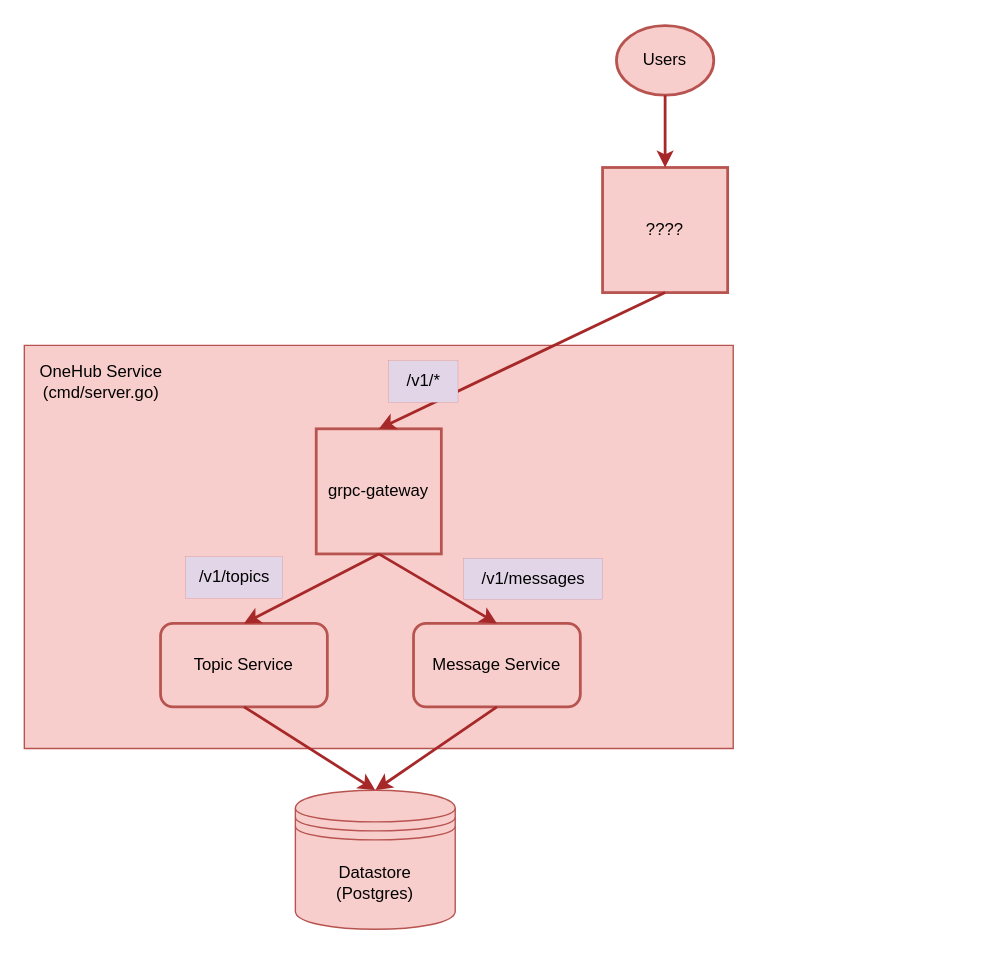
The draw.io diagram page "New Architecture" (2 of 2) of public/static/images/Untitled Diagram.drawio in panyam/blog, before the edit. Source tidied: cells renumbered, new cells numbered last; positions are measured from the earlier drawing's top-left corner, leaving out a move shared by most shapes. Both pictures are drawn from the tidied source at 139%, with x=0, y=0 at pixel (24, 25).
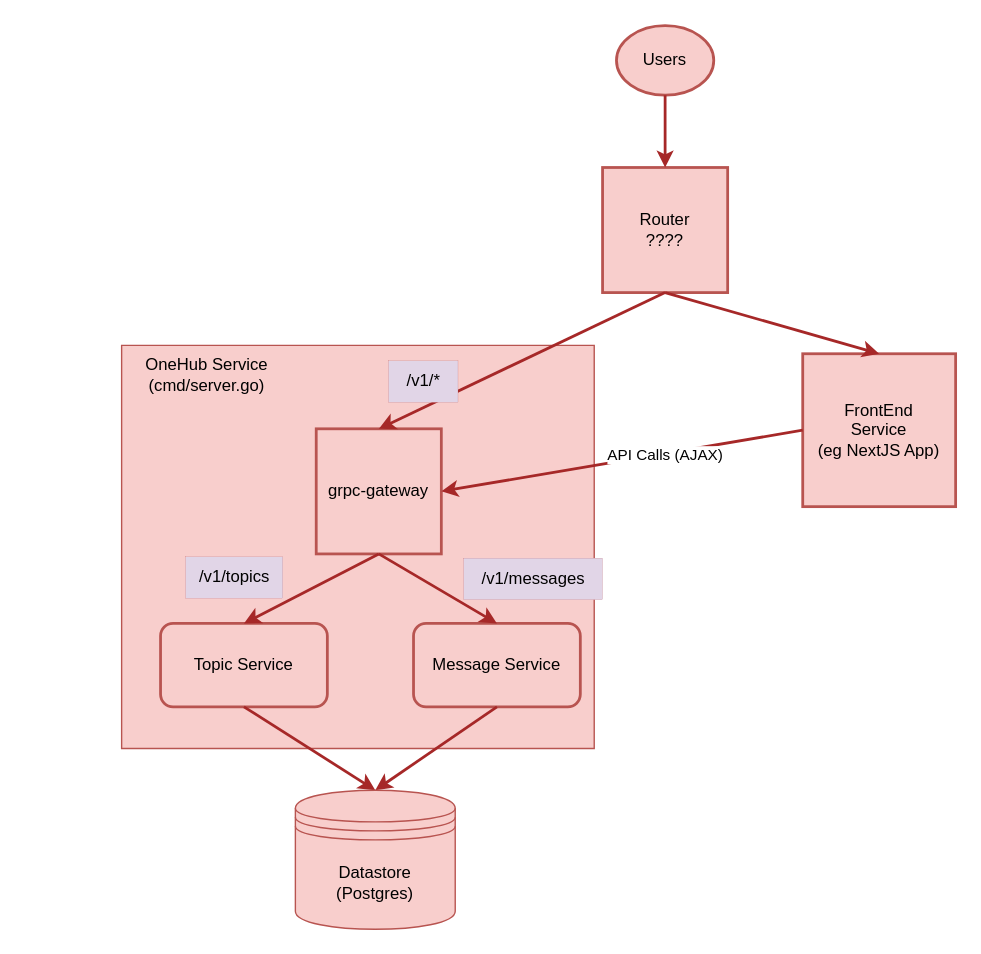
The same diagram, later.

Commit message:
Adding proposed architecture

Unchanged cells that the change refers to:
```xml
<mxCell id="5" value="grpc-gateway" style="whiteSpace=wrap;html=1;fillColor=#f8cecc;strokeColor=#b85450;strokeWidth=2;" parent="1" vertex="1">
  <mxGeometry x="210" y="290" width="90" height="90" as="geometry" />
</mxCell>
```

The edit, as a diff of the source:
```diff
@@
     <mxCell id="2" style="verticalLabelPosition=bottom;verticalAlign=top;html=1;shape=mxgraph.basic.rect;fillColor2=none;strokeWidth=1;size=20;indent=5;fillColor=#f8cecc;strokeColor=#b85450;" parent="1" vertex="1">
-      <mxGeometry y="230" width="510" height="290" as="geometry" />
+      <mxGeometry x="70" y="230" width="340" height="290" as="geometry" />
     </mxCell>
-    <mxCell id="3" value="????" style="whiteSpace=wrap;html=1;fillColor=#f8cecc;strokeColor=#b85450;strokeWidth=2;" parent="1" vertex="1">
+    <mxCell id="3" value="Router&lt;br&gt;????" style="whiteSpace=wrap;html=1;fillColor=#f8cecc;strokeColor=#b85450;strokeWidth=2;" parent="1" vertex="1">
       <mxGeometry x="416" y="102" width="90" height="90" as="geometry" />
     </mxCell>
@@
     <mxCell id="18" value="OneHub Service&lt;br&gt;(cmd/server.go)" style="text;html=1;align=center;verticalAlign=middle;strokeColor=none;fillColor=none;" parent="1" vertex="1">
-      <mxGeometry y="236" width="110" height="40" as="geometry" />
+      <mxGeometry x="76" y="231" width="110" height="40" as="geometry" />
     </mxCell>
+    <mxCell id="19" value="FrontEnd&lt;br&gt;Service&lt;br&gt;(eg NextJS App)" style="whiteSpace=wrap;html=1;fillColor=#f8cecc;strokeColor=#b85450;strokeWidth=2;" parent="1" vertex="1">
+      <mxGeometry x="560" y="236" width="110" height="110" as="geometry" />
+    </mxCell>
+    <mxCell id="20" style="endArrow=classic;html=1;rounded=0;exitX=0.5;exitY=1;exitDx=0;exitDy=0;entryX=0.5;entryY=0;entryDx=0;entryDy=0;strokeColor=#A62828;strokeWidth=2;fillColor=#e1d5e7;" parent="1" edge="1" source="3" target="19">
+      <mxGeometry relative="1" as="geometry" />
+    </mxCell>
+    <mxCell id="21" style="endArrow=classic;html=1;rounded=0;exitX=0;exitY=0.5;exitDx=0;exitDy=0;entryX=1;entryY=0.5;entryDx=0;entryDy=0;strokeColor=#A62828;strokeWidth=2;fillColor=#e1d5e7;" parent="1" edge="1" source="19" target="5">
+      <mxGeometry relative="1" as="geometry" />
+    </mxCell>
+    <mxCell id="22" value="API Calls (AJAX)" style="edgeLabel;html=1;align=center;verticalAlign=middle;" parent="21" vertex="1">
+      <mxGeometry x="-0.06" y="-3" relative="1" as="geometry">
+        <mxPoint x="23" as="offset" />
+      </mxGeometry>
+    </mxCell>
```
